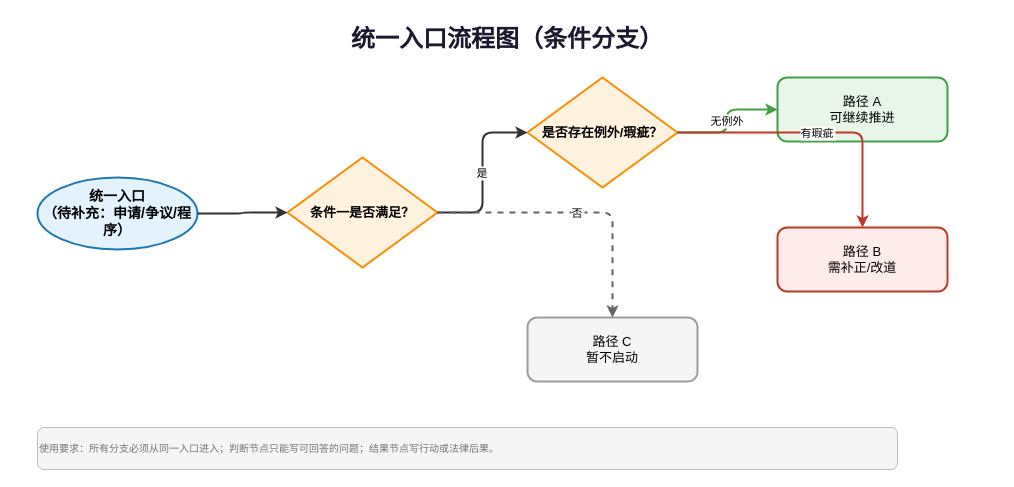
Above: skills/legal-visualization/templates/litigation/unified-entry-flow.drawio in Verchiel666/legal-skills (draw.io), before the change. Source tidied: cells renumbered, new cells numbered last; positions are measured from the earlier drawing's top-left corner, leaving out a move shared by most shapes. Both pictures are drawn from the tidied source at 100%, with x=0, y=0 at pixel (17, 17).
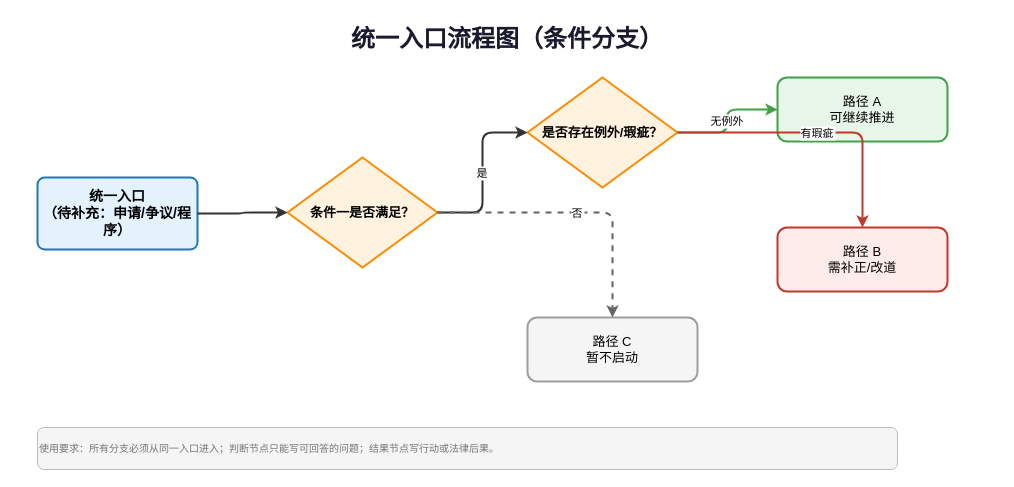
The same page after the edit.

What changed in the source:
```diff
@@
 <mxGraphModel>
   <root>
     <mxCell id="0" />
     <mxCell id="1" parent="0" />
     <mxCell id="2" value="统一入口流程图（条件分支）" style="text;fontSize=24;fontStyle=1;align=center;fillColor=none;strokeColor=none;fontColor=#1a1a2e;" parent="1" vertex="1">
       <mxGeometry width="980" height="40" as="geometry" />
     </mxCell>
-    <mxCell id="3" value="统一入口&#10;（待补充：申请/争议/程序）" style="ellipse;whiteSpace=wrap;fillColor=#E3F2FD;strokeColor=#1f77b4;strokeWidth=2;fontSize=14;fontStyle=1;" parent="1" vertex="1">
+    <mxCell id="3" value="统一入口&#10;（待补充：申请/争议/程序）" style="rounded=1;arcSize=10;whiteSpace=wrap;fillColor=#E3F2FD;strokeColor=#1f77b4;strokeWidth=2;fontSize=14;fontStyle=1;" parent="1" vertex="1">
       <mxGeometry x="20" y="160" width="160" height="72" as="geometry" />
     </mxCell>
     <mxCell id="4" value="条件一是否满足？" style="rhombus;whiteSpace=wrap;fillColor=#FFF3E0;strokeColor=#FF8C00;strokeWidth=2;fontSize=13;fontStyle=1;" parent="1" vertex="1">
       <mxGeometry x="270" y="140" width="150" height="110" as="geometry" />
     </mxCell>
     <mxCell id="5" value="是否存在例外/瑕疵？" style="rhombus;whiteSpace=wrap;fillColor=#FFF3E0;strokeColor=#FF8C00;strokeWidth=2;fontSize=13;fontStyle=1;" parent="1" vertex="1">
       <mxGeometry x="510" y="60" width="150" height="110" as="geometry" />
     </mxCell>
     <mxCell id="6" value="路径 A&#10;可继续推进" style="rounded=1;whiteSpace=wrap;fillColor=#E8F5E9;strokeColor=#43A047;strokeWidth=2;fontSize=13;" parent="1" vertex="1">
       <mxGeometry x="760" y="60" width="170" height="64" as="geometry" />
     </mxCell>
     <mxCell id="7" value="路径 B&#10;需补正/改道" style="rounded=1;whiteSpace=wrap;fillColor=#FDECEA;strokeColor=#C0392B;strokeWidth=2;fontSize=13;" parent="1" vertex="1">
       <mxGeometry x="760" y="210" width="170" height="64" as="geometry" />
     </mxCell>
     <mxCell id="8" value="路径 C&#10;暂不启动" style="rounded=1;whiteSpace=wrap;fillColor=#F5F5F5;strokeColor=#9E9E9E;strokeWidth=2;fontSize=13;" parent="1" vertex="1">
       <mxGeometry x="510" y="300" width="170" height="64" as="geometry" />
     </mxCell>
     <mxCell id="9" style="endArrow=classic;strokeWidth=2;strokeColor=#333333;edgeStyle=orthogonalEdgeStyle;" parent="1" edge="1" source="3" target="4">
       <mxGeometry relative="1" as="geometry" />
     </mxCell>
     <mxCell id="10" value="是" style="endArrow=classic;strokeWidth=2;strokeColor=#333333;edgeStyle=orthogonalEdgeStyle;" parent="1" edge="1" source="4" target="5">
       <mxGeometry relative="1" as="geometry" />
     </mxCell>
     <mxCell id="11" value="无例外" style="endArrow=classic;strokeWidth=2;strokeColor=#43A047;edgeStyle=orthogonalEdgeStyle;" parent="1" edge="1" source="5" target="6">
       <mxGeometry relative="1" as="geometry" />
     </mxCell>
     <mxCell id="12" value="有瑕疵" style="endArrow=classic;strokeWidth=2;strokeColor=#C0392B;edgeStyle=orthogonalEdgeStyle;" parent="1" edge="1" source="5" target="7">
       <mxGeometry relative="1" as="geometry" />
     </mxCell>
     <mxCell id="13" value="否" style="endArrow=classic;dashed=1;strokeWidth=2;strokeColor=#666666;edgeStyle=orthogonalEdgeStyle;" parent="1" edge="1" source="4" target="8">
       <mxGeometry relative="1" as="geometry" />
     </mxCell>
     <mxCell id="14" value="使用要求：所有分支必须从同一入口进入；判断节点只能写可回答的问题；结果节点写行动或法律后果。" style="rounded=1;whiteSpace=wrap;fillColor=#F5F5F5;strokeColor=#BDBDBD;fontSize=10;fontColor=#757575;align=left;" parent="1" vertex="1">
       <mxGeometry x="20" y="410" width="860" height="42" as="geometry" />
     </mxCell>
   </root>
 </mxGraphModel>
```
